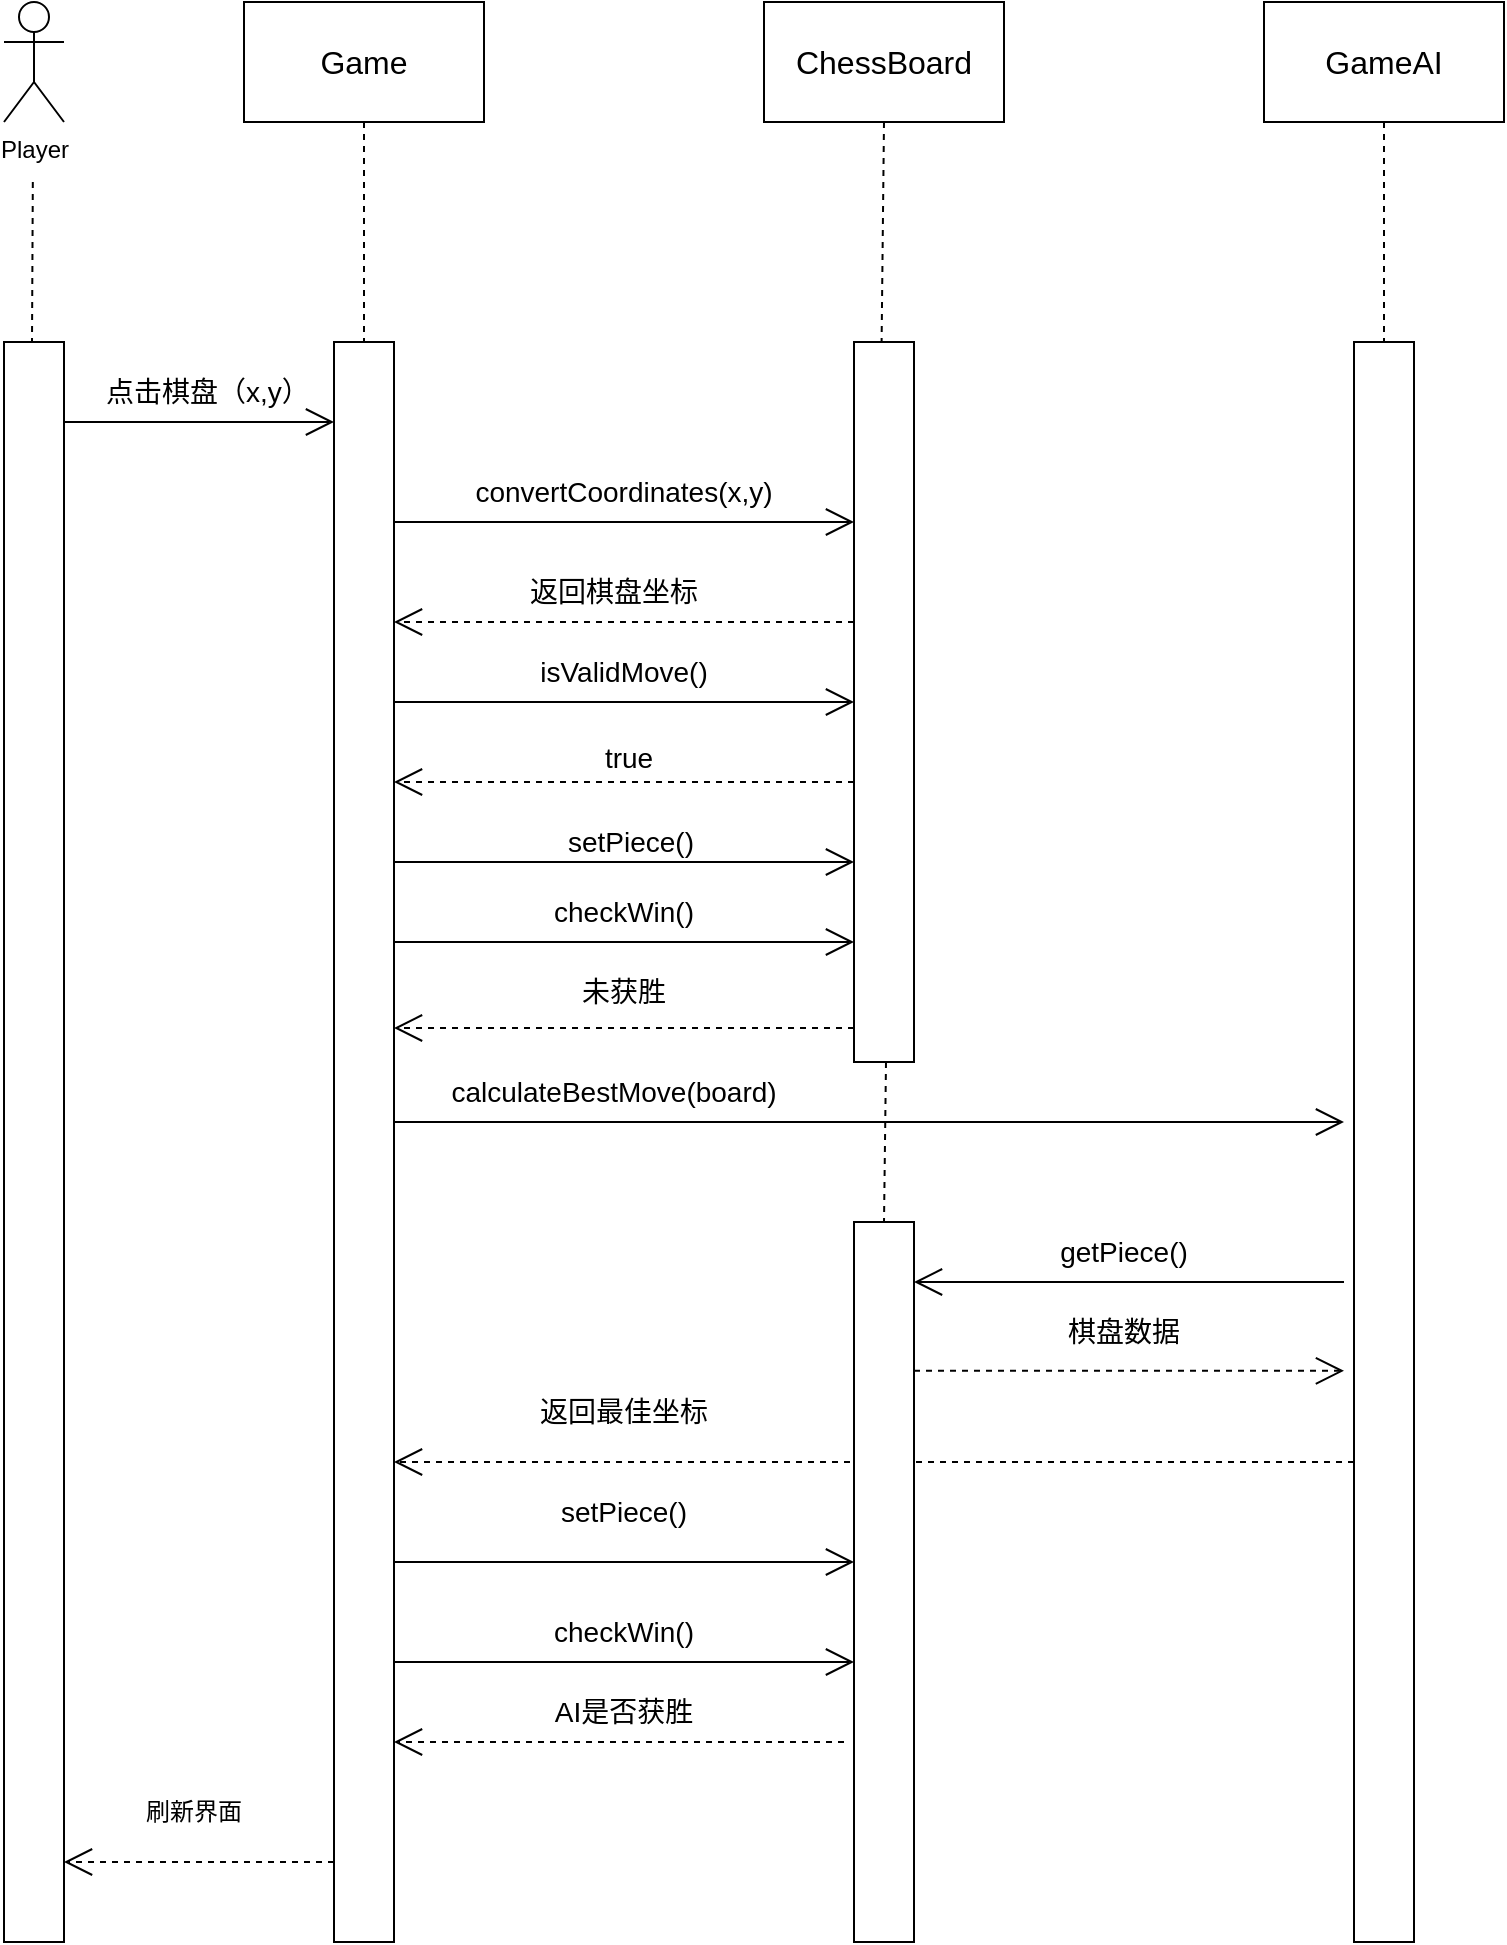
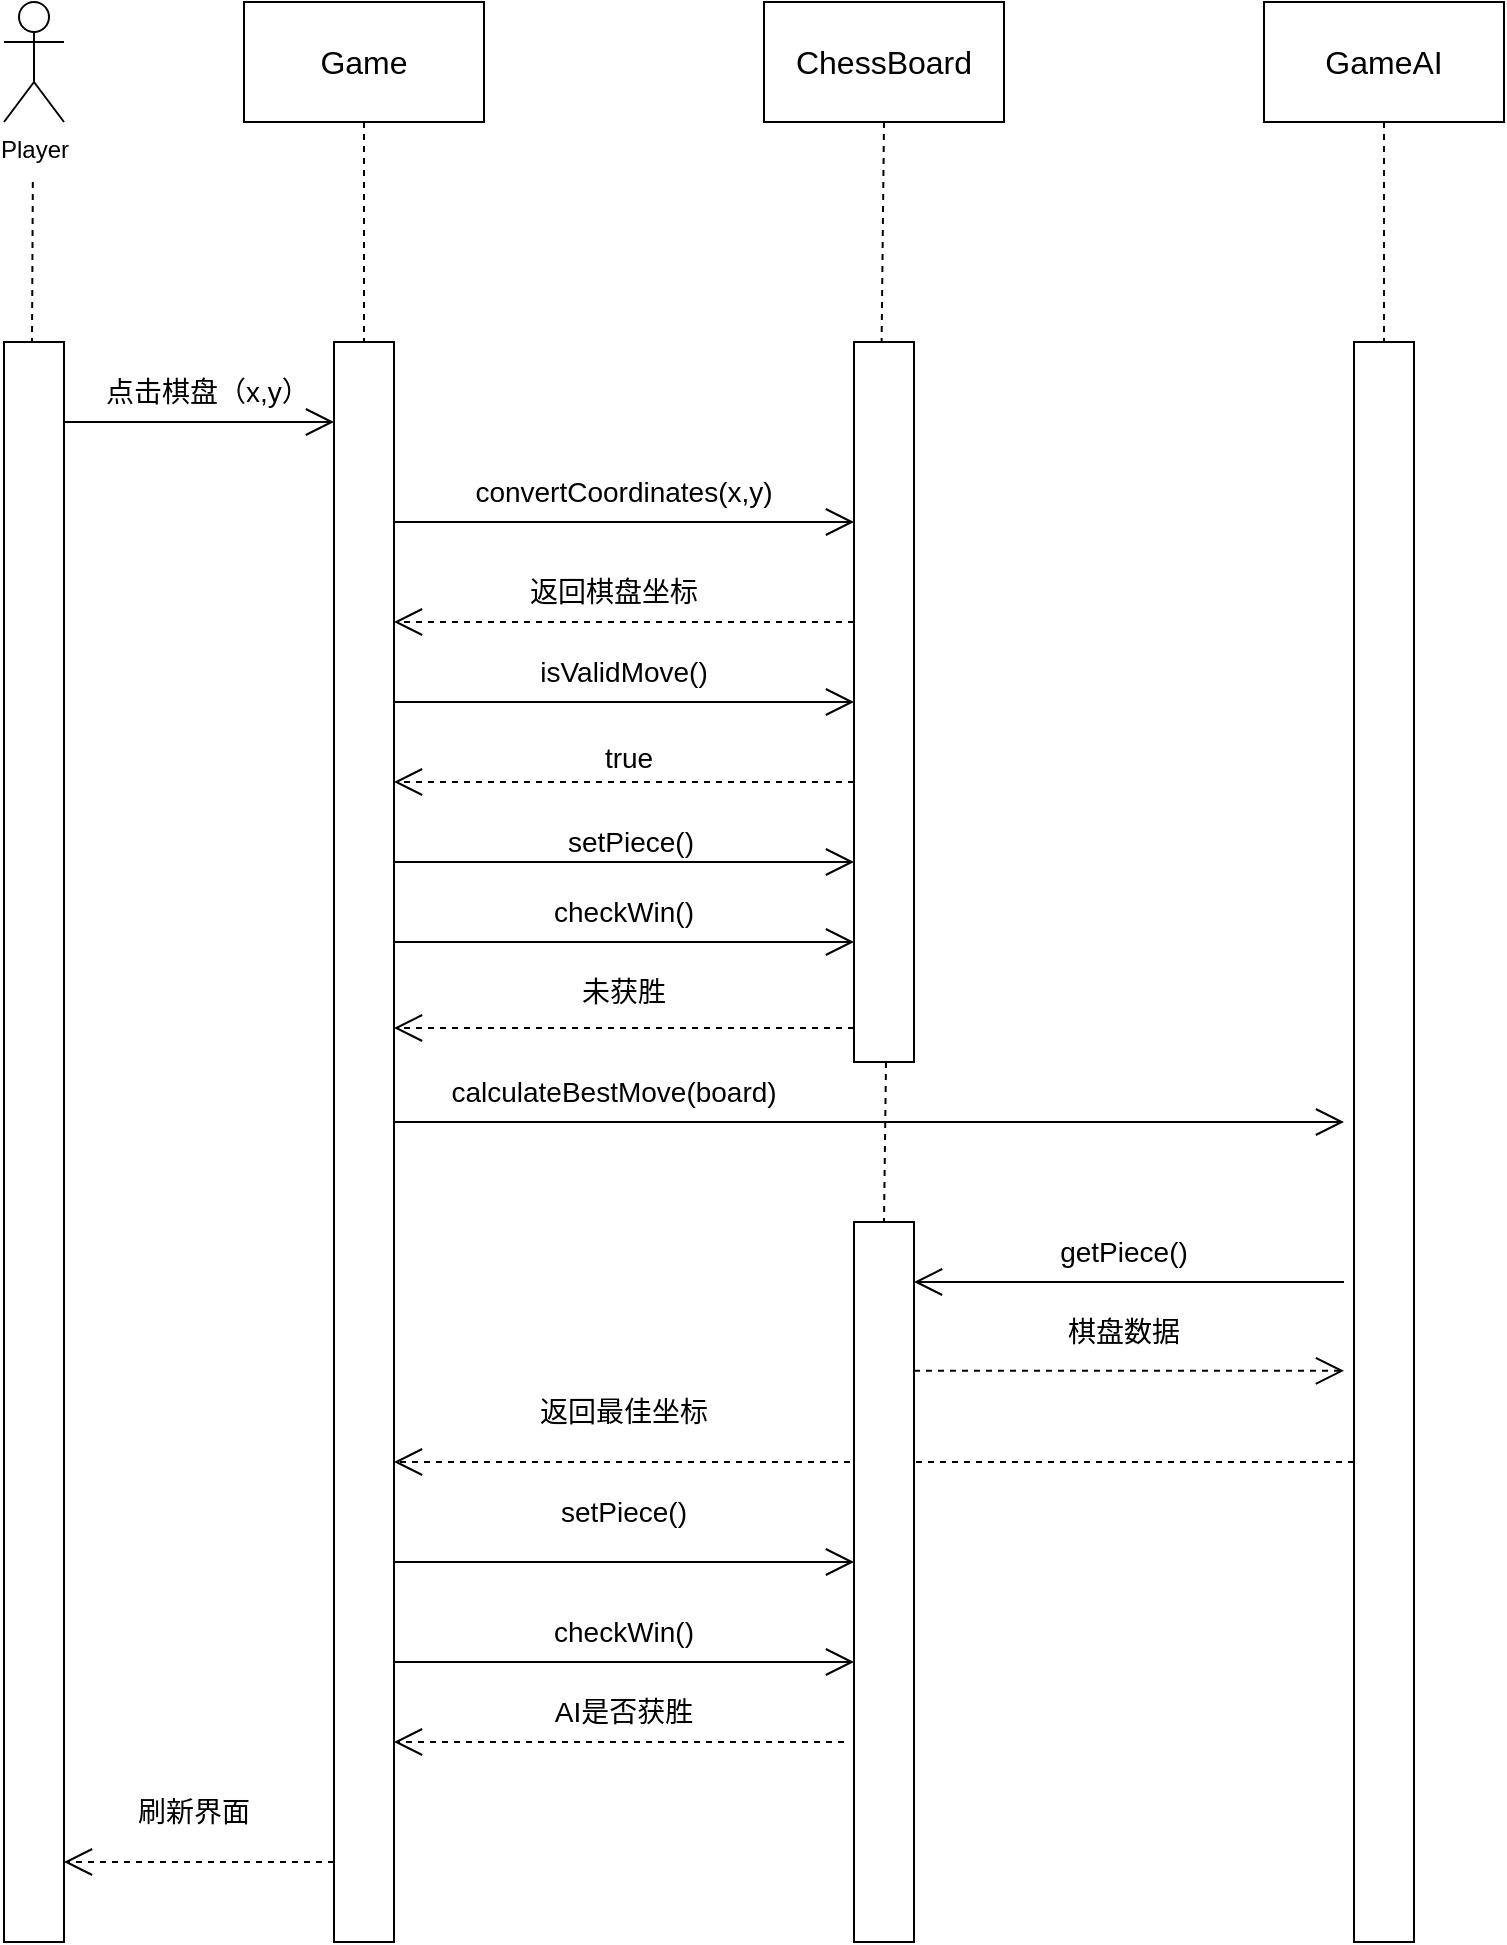
<mxfile host="app.diagrams.net">
  <diagram name="Page-1" id="kKMarLblDcrT6gQCJawM">
    <mxGraphModel dx="2000" dy="1322" grid="1" gridSize="10" guides="1" tooltips="1" connect="1" arrows="1" fold="1" page="1" pageScale="1" pageWidth="827" pageHeight="1169" math="0" shadow="0">
      <root>
        <mxCell id="0" />
        <mxCell id="1" parent="0" />
        <mxCell id="A4d9iP-lqMaDSgrmfRq9-1" parent="1" style="shape=umlActor;verticalLabelPosition=bottom;verticalAlign=top;html=1;outlineConnect=0;" value="Player" vertex="1">
          <mxGeometry height="60" width="30" x="30" y="70" as="geometry" />
        </mxCell>
        <mxCell id="EVWPpj86dA3LpDgkbvtX-5" edge="1" parent="1" source="A4d9iP-lqMaDSgrmfRq9-6" style="rounded=0;orthogonalLoop=1;jettySize=auto;html=1;exitX=0.5;exitY=1;exitDx=0;exitDy=0;dashed=1;endArrow=none;endFill=0;" target="EVWPpj86dA3LpDgkbvtX-2">
          <mxGeometry relative="1" as="geometry">
            <mxPoint x="209.58823529411768" y="280" as="targetPoint" />
          </mxGeometry>
        </mxCell>
        <mxCell id="A4d9iP-lqMaDSgrmfRq9-6" parent="1" style="rounded=0;whiteSpace=wrap;html=1;" value="&lt;font style=&quot;font-size: 16px;&quot;&gt;Game&lt;/font&gt;" vertex="1">
          <mxGeometry height="60" width="120" x="150" y="70" as="geometry" />
        </mxCell>
        <mxCell id="A4d9iP-lqMaDSgrmfRq9-7" parent="1" style="rounded=0;whiteSpace=wrap;html=1;" value="&lt;font style=&quot;font-size: 16px;&quot;&gt;ChessBoard&lt;/font&gt;" vertex="1">
          <mxGeometry height="60" width="120" x="410" y="70" as="geometry" />
        </mxCell>
        <mxCell id="EVWPpj86dA3LpDgkbvtX-8" edge="1" parent="1" source="A4d9iP-lqMaDSgrmfRq9-8" style="rounded=0;orthogonalLoop=1;jettySize=auto;html=1;exitX=0.5;exitY=1;exitDx=0;exitDy=0;dashed=1;endArrow=none;endFill=0;" target="EVWPpj86dA3LpDgkbvtX-4">
          <mxGeometry relative="1" as="geometry">
            <mxPoint x="720.1764705882354" y="230" as="targetPoint" />
          </mxGeometry>
        </mxCell>
        <mxCell id="A4d9iP-lqMaDSgrmfRq9-8" parent="1" style="rounded=0;whiteSpace=wrap;html=1;" value="&lt;font style=&quot;font-size: 16px;&quot;&gt;GameAI&lt;/font&gt;" vertex="1">
          <mxGeometry height="60" width="120" x="660" y="70" as="geometry" />
        </mxCell>
        <mxCell id="EVWPpj86dA3LpDgkbvtX-1" parent="1" style="html=1;points=[[0,0,0,0,5],[0,1,0,0,-5],[1,0,0,0,5],[1,1,0,0,-5]];perimeter=orthogonalPerimeter;outlineConnect=0;targetShapes=umlLifeline;portConstraint=eastwest;newEdgeStyle={&quot;curved&quot;:0,&quot;rounded&quot;:0};" value="" vertex="1">
          <mxGeometry height="800" width="30" x="30" y="240" as="geometry" />
        </mxCell>
        <mxCell id="EVWPpj86dA3LpDgkbvtX-2" parent="1" style="html=1;points=[[0,0,0,0,5],[0,1,0,0,-5],[1,0,0,0,5],[1,1,0,0,-5]];perimeter=orthogonalPerimeter;outlineConnect=0;targetShapes=umlLifeline;portConstraint=eastwest;newEdgeStyle={&quot;curved&quot;:0,&quot;rounded&quot;:0};" value="" vertex="1">
          <mxGeometry height="800" width="30" x="195" y="240" as="geometry" />
        </mxCell>
        <mxCell id="EVWPpj86dA3LpDgkbvtX-3" parent="1" style="html=1;points=[[0,0,0,0,5],[0,1,0,0,-5],[1,0,0,0,5],[1,1,0,0,-5]];perimeter=orthogonalPerimeter;outlineConnect=0;targetShapes=umlLifeline;portConstraint=eastwest;newEdgeStyle={&quot;curved&quot;:0,&quot;rounded&quot;:0};" value="" vertex="1">
          <mxGeometry height="360" width="30" x="455" y="240" as="geometry" />
        </mxCell>
        <mxCell id="EVWPpj86dA3LpDgkbvtX-4" parent="1" style="html=1;points=[[0,0,0,0,5],[0,1,0,0,-5],[1,0,0,0,5],[1,1,0,0,-5]];perimeter=orthogonalPerimeter;outlineConnect=0;targetShapes=umlLifeline;portConstraint=eastwest;newEdgeStyle={&quot;curved&quot;:0,&quot;rounded&quot;:0};" value="" vertex="1">
          <mxGeometry height="800" width="30" x="705" y="240" as="geometry" />
        </mxCell>
        <mxCell id="EVWPpj86dA3LpDgkbvtX-7" edge="1" parent="1" source="A4d9iP-lqMaDSgrmfRq9-7" style="rounded=0;orthogonalLoop=1;jettySize=auto;html=1;exitX=0.5;exitY=1;exitDx=0;exitDy=0;entryX=0.46;entryY=0;entryDx=0;entryDy=0;entryPerimeter=0;dashed=1;endArrow=none;endFill=0;" target="EVWPpj86dA3LpDgkbvtX-3">
          <mxGeometry relative="1" as="geometry" />
        </mxCell>
        <mxCell id="EVWPpj86dA3LpDgkbvtX-10" edge="1" parent="1" style="rounded=0;orthogonalLoop=1;jettySize=auto;html=1;exitX=0.5;exitY=1;exitDx=0;exitDy=0;dashed=1;endArrow=none;endFill=0;">
          <mxGeometry relative="1" as="geometry">
            <mxPoint x="44.41" y="160" as="sourcePoint" />
            <mxPoint x="44" y="240" as="targetPoint" />
          </mxGeometry>
        </mxCell>
        <mxCell id="EVWPpj86dA3LpDgkbvtX-11" edge="1" parent="1" style="endArrow=open;endFill=1;endSize=12;html=1;rounded=0;" target="EVWPpj86dA3LpDgkbvtX-2" value="">
          <mxGeometry relative="1" width="160" as="geometry">
            <mxPoint x="60" y="280" as="sourcePoint" />
            <mxPoint x="190" y="280" as="targetPoint" />
          </mxGeometry>
        </mxCell>
        <mxCell id="EVWPpj86dA3LpDgkbvtX-12" parent="1" style="text;html=1;whiteSpace=wrap;strokeColor=none;fillColor=none;align=center;verticalAlign=middle;rounded=0;" value="&lt;font style=&quot;font-size: 14px;&quot;&gt;点击棋盘（x,y）&lt;/font&gt;" vertex="1">
          <mxGeometry height="30" width="100" x="80" y="250" as="geometry" />
        </mxCell>
        <mxCell id="EVWPpj86dA3LpDgkbvtX-13" edge="1" parent="1" style="endArrow=open;endFill=1;endSize=12;html=1;rounded=0;" target="EVWPpj86dA3LpDgkbvtX-3" value="">
          <mxGeometry relative="1" width="160" as="geometry">
            <mxPoint x="225" y="330" as="sourcePoint" />
            <mxPoint x="355" y="330" as="targetPoint" />
          </mxGeometry>
        </mxCell>
        <mxCell id="EVWPpj86dA3LpDgkbvtX-14" parent="1" style="text;html=1;whiteSpace=wrap;strokeColor=none;fillColor=none;align=center;verticalAlign=middle;rounded=0;" value="&lt;font style=&quot;font-size: 14px;&quot;&gt;convertCoordinates(x,y)&lt;/font&gt;" vertex="1">
          <mxGeometry height="30" width="100" x="290" y="300" as="geometry" />
        </mxCell>
        <mxCell id="EVWPpj86dA3LpDgkbvtX-15" edge="1" parent="1" style="endArrow=open;endFill=1;endSize=12;html=1;rounded=0;dashed=1;" value="">
          <mxGeometry relative="1" width="160" as="geometry">
            <mxPoint x="455" y="380" as="sourcePoint" />
            <mxPoint x="225" y="380" as="targetPoint" />
          </mxGeometry>
        </mxCell>
        <mxCell id="EVWPpj86dA3LpDgkbvtX-16" parent="1" style="text;html=1;whiteSpace=wrap;strokeColor=none;fillColor=none;align=center;verticalAlign=middle;rounded=0;" value="&lt;font style=&quot;font-size: 14px;&quot;&gt;返回棋盘坐标&lt;/font&gt;" vertex="1">
          <mxGeometry height="30" width="90" x="290" y="350" as="geometry" />
        </mxCell>
        <mxCell id="EVWPpj86dA3LpDgkbvtX-18" edge="1" parent="1" style="endArrow=open;endFill=1;endSize=12;html=1;rounded=0;" value="">
          <mxGeometry relative="1" width="160" as="geometry">
            <mxPoint x="225" y="420" as="sourcePoint" />
            <mxPoint x="455" y="420" as="targetPoint" />
          </mxGeometry>
        </mxCell>
        <mxCell id="EVWPpj86dA3LpDgkbvtX-19" parent="1" style="text;html=1;whiteSpace=wrap;strokeColor=none;fillColor=none;align=center;verticalAlign=middle;rounded=0;" value="&lt;font style=&quot;font-size: 14px;&quot;&gt;isValidMove()&lt;/font&gt;" vertex="1">
          <mxGeometry height="30" width="60" x="310" y="390" as="geometry" />
        </mxCell>
        <mxCell id="EVWPpj86dA3LpDgkbvtX-20" edge="1" parent="1" style="endArrow=open;endFill=1;endSize=12;html=1;rounded=0;dashed=1;" value="">
          <mxGeometry relative="1" width="160" as="geometry">
            <mxPoint x="455" y="460" as="sourcePoint" />
            <mxPoint x="225" y="460" as="targetPoint" />
          </mxGeometry>
        </mxCell>
        <mxCell id="EVWPpj86dA3LpDgkbvtX-21" connectable="0" parent="EVWPpj86dA3LpDgkbvtX-20" style="edgeLabel;html=1;align=center;verticalAlign=middle;resizable=0;points=[];" value="&lt;font style=&quot;font-size: 14px;&quot;&gt;true&lt;/font&gt;" vertex="1">
          <mxGeometry relative="1" x="-0.0186" y="-12" as="geometry">
            <mxPoint as="offset" />
          </mxGeometry>
        </mxCell>
        <mxCell id="EVWPpj86dA3LpDgkbvtX-22" edge="1" parent="1" style="endArrow=open;endFill=1;endSize=12;html=1;rounded=0;" value="">
          <mxGeometry relative="1" width="160" as="geometry">
            <mxPoint x="225" y="500" as="sourcePoint" />
            <mxPoint x="455" y="500" as="targetPoint" />
          </mxGeometry>
        </mxCell>
        <mxCell id="EVWPpj86dA3LpDgkbvtX-23" connectable="0" parent="EVWPpj86dA3LpDgkbvtX-22" style="edgeLabel;html=1;align=center;verticalAlign=middle;resizable=0;points=[];" value="&lt;font style=&quot;font-size: 14px;&quot;&gt;setPiece()&lt;/font&gt;" vertex="1">
          <mxGeometry relative="1" x="0.0288" y="10" as="geometry">
            <mxPoint x="-1" as="offset" />
          </mxGeometry>
        </mxCell>
        <mxCell id="EVWPpj86dA3LpDgkbvtX-24" edge="1" parent="1" style="endArrow=open;endFill=1;endSize=12;html=1;rounded=0;" value="">
          <mxGeometry relative="1" width="160" as="geometry">
            <mxPoint x="225" y="540" as="sourcePoint" />
            <mxPoint x="455" y="540" as="targetPoint" />
          </mxGeometry>
        </mxCell>
        <mxCell id="EVWPpj86dA3LpDgkbvtX-25" parent="1" style="text;html=1;whiteSpace=wrap;strokeColor=none;fillColor=none;align=center;verticalAlign=middle;rounded=0;" value="&lt;font style=&quot;font-size: 14px;&quot;&gt;checkWin()&lt;/font&gt;" vertex="1">
          <mxGeometry height="30" width="60" x="310" y="510" as="geometry" />
        </mxCell>
        <mxCell id="EVWPpj86dA3LpDgkbvtX-26" edge="1" parent="1" style="endArrow=open;endFill=1;endSize=12;html=1;rounded=0;dashed=1;" value="">
          <mxGeometry relative="1" width="160" as="geometry">
            <mxPoint x="455" y="583" as="sourcePoint" />
            <mxPoint x="225" y="583" as="targetPoint" />
          </mxGeometry>
        </mxCell>
        <mxCell id="EVWPpj86dA3LpDgkbvtX-28" parent="1" style="text;html=1;whiteSpace=wrap;strokeColor=none;fillColor=none;align=center;verticalAlign=middle;rounded=0;" value="&lt;font style=&quot;font-size: 14px;&quot;&gt;未获胜&lt;/font&gt;" vertex="1">
          <mxGeometry height="30" width="60" x="310" y="550" as="geometry" />
        </mxCell>
        <mxCell id="EVWPpj86dA3LpDgkbvtX-29" edge="1" parent="1" style="rounded=0;orthogonalLoop=1;jettySize=auto;html=1;exitX=0.5;exitY=1;exitDx=0;exitDy=0;dashed=1;endArrow=none;endFill=0;">
          <mxGeometry relative="1" as="geometry">
            <mxPoint x="471" y="600" as="sourcePoint" />
            <mxPoint x="470" y="680" as="targetPoint" />
          </mxGeometry>
        </mxCell>
        <mxCell id="EVWPpj86dA3LpDgkbvtX-30" edge="1" parent="1" style="endArrow=open;endFill=1;endSize=12;html=1;rounded=0;" value="">
          <mxGeometry relative="1" width="160" as="geometry">
            <mxPoint x="225" y="630" as="sourcePoint" />
            <mxPoint x="700" y="630" as="targetPoint" />
          </mxGeometry>
        </mxCell>
        <mxCell id="EVWPpj86dA3LpDgkbvtX-32" edge="1" parent="1" style="endArrow=open;endFill=1;endSize=12;html=1;rounded=0;dashed=1;" value="">
          <mxGeometry relative="1" width="160" as="geometry">
            <mxPoint x="705" y="800" as="sourcePoint" />
            <mxPoint x="225" y="800" as="targetPoint" />
          </mxGeometry>
        </mxCell>
        <mxCell id="EVWPpj86dA3LpDgkbvtX-33" parent="1" style="text;html=1;whiteSpace=wrap;strokeColor=none;fillColor=none;align=center;verticalAlign=middle;rounded=0;" value="&lt;font style=&quot;font-size: 14px;&quot;&gt;返回最佳坐标&lt;/font&gt;" vertex="1">
          <mxGeometry height="30" width="90" x="295" y="760" as="geometry" />
        </mxCell>
        <mxCell id="EVWPpj86dA3LpDgkbvtX-34" parent="1" style="text;html=1;whiteSpace=wrap;strokeColor=none;fillColor=none;align=center;verticalAlign=middle;rounded=0;" value="&lt;font style=&quot;font-size: 14px;&quot;&gt;calculateBestMove(board)&lt;/font&gt;" vertex="1">
          <mxGeometry height="30" width="60" x="305" y="600" as="geometry" />
        </mxCell>
        <mxCell id="EVWPpj86dA3LpDgkbvtX-31" parent="1" style="html=1;points=[[0,0,0,0,5],[0,1,0,0,-5],[1,0,0,0,5],[1,1,0,0,-5]];perimeter=orthogonalPerimeter;outlineConnect=0;targetShapes=umlLifeline;portConstraint=eastwest;newEdgeStyle={&quot;curved&quot;:0,&quot;rounded&quot;:0};" value="" vertex="1">
          <mxGeometry height="360" width="30" x="455" y="680" as="geometry" />
        </mxCell>
        <mxCell id="EVWPpj86dA3LpDgkbvtX-35" edge="1" parent="1" style="endArrow=open;endFill=1;endSize=12;html=1;rounded=0;" value="">
          <mxGeometry relative="1" width="160" as="geometry">
            <mxPoint x="700" y="710" as="sourcePoint" />
            <mxPoint x="485" y="710" as="targetPoint" />
          </mxGeometry>
        </mxCell>
        <mxCell id="EVWPpj86dA3LpDgkbvtX-36" parent="1" style="text;html=1;whiteSpace=wrap;strokeColor=none;fillColor=none;align=center;verticalAlign=middle;rounded=0;" value="&lt;font style=&quot;font-size: 14px;&quot;&gt;getPiece()&lt;/font&gt;" vertex="1">
          <mxGeometry height="30" width="60" x="560" y="680" as="geometry" />
        </mxCell>
        <mxCell id="EVWPpj86dA3LpDgkbvtX-37" edge="1" parent="1" style="endArrow=open;endFill=1;endSize=12;html=1;rounded=0;dashed=1;" value="">
          <mxGeometry relative="1" width="160" as="geometry">
            <mxPoint x="485" y="754.41" as="sourcePoint" />
            <mxPoint x="700" y="754.41" as="targetPoint" />
          </mxGeometry>
        </mxCell>
        <mxCell id="EVWPpj86dA3LpDgkbvtX-38" parent="1" style="text;html=1;whiteSpace=wrap;strokeColor=none;fillColor=none;align=center;verticalAlign=middle;rounded=0;" value="&lt;font style=&quot;font-size: 14px;&quot;&gt;棋盘数据&lt;/font&gt;" vertex="1">
          <mxGeometry height="30" width="60" x="560" y="720" as="geometry" />
        </mxCell>
        <mxCell id="EVWPpj86dA3LpDgkbvtX-40" edge="1" parent="1" style="endArrow=open;endFill=1;endSize=12;html=1;rounded=0;" value="">
          <mxGeometry relative="1" width="160" as="geometry">
            <mxPoint x="225" y="850" as="sourcePoint" />
            <mxPoint x="455" y="850" as="targetPoint" />
          </mxGeometry>
        </mxCell>
        <mxCell id="EVWPpj86dA3LpDgkbvtX-41" parent="1" style="text;html=1;whiteSpace=wrap;strokeColor=none;fillColor=none;align=center;verticalAlign=middle;rounded=0;" value="&lt;font style=&quot;font-size: 14px;&quot;&gt;setPiece()&lt;/font&gt;" vertex="1">
          <mxGeometry height="30" width="60" x="310" y="810" as="geometry" />
        </mxCell>
        <mxCell id="EVWPpj86dA3LpDgkbvtX-43" edge="1" parent="1" style="endArrow=open;endFill=1;endSize=12;html=1;rounded=0;" value="">
          <mxGeometry relative="1" width="160" as="geometry">
            <mxPoint x="225" y="900" as="sourcePoint" />
            <mxPoint x="455" y="900" as="targetPoint" />
          </mxGeometry>
        </mxCell>
        <mxCell id="EVWPpj86dA3LpDgkbvtX-44" parent="1" style="text;html=1;whiteSpace=wrap;strokeColor=none;fillColor=none;align=center;verticalAlign=middle;rounded=0;" value="&lt;font style=&quot;font-size: 14px;&quot;&gt;checkWin()&lt;/font&gt;" vertex="1">
          <mxGeometry height="30" width="60" x="310" y="870" as="geometry" />
        </mxCell>
        <mxCell id="EVWPpj86dA3LpDgkbvtX-45" edge="1" parent="1" style="endArrow=open;endFill=1;endSize=12;html=1;rounded=0;dashed=1;" value="">
          <mxGeometry relative="1" width="160" as="geometry">
            <mxPoint x="450" y="940" as="sourcePoint" />
            <mxPoint x="225" y="940" as="targetPoint" />
          </mxGeometry>
        </mxCell>
        <mxCell id="EVWPpj86dA3LpDgkbvtX-46" parent="1" style="text;html=1;whiteSpace=wrap;strokeColor=none;fillColor=none;align=center;verticalAlign=middle;rounded=0;" value="&lt;font style=&quot;font-size: 14px;&quot;&gt;AI是否获胜&lt;/font&gt;" vertex="1">
          <mxGeometry height="30" width="80" x="300" y="910" as="geometry" />
        </mxCell>
        <mxCell id="EVWPpj86dA3LpDgkbvtX-47" edge="1" parent="1" source="EVWPpj86dA3LpDgkbvtX-2" style="endArrow=open;endFill=1;endSize=12;html=1;rounded=0;dashed=1;" value="">
          <mxGeometry relative="1" width="160" as="geometry">
            <mxPoint x="285" y="1000" as="sourcePoint" />
            <mxPoint x="60" y="1000" as="targetPoint" />
          </mxGeometry>
        </mxCell>
-         <mxCell id="EVWPpj86dA3LpDgkbvtX-48" parent="1" style="text;html=1;whiteSpace=wrap;strokeColor=none;fillColor=none;align=center;verticalAlign=middle;rounded=0;" value="刷新界面" vertex="1">
+         <mxCell id="EVWPpj86dA3LpDgkbvtX-48" parent="1" style="text;html=1;whiteSpace=wrap;strokeColor=none;fillColor=none;align=center;verticalAlign=middle;rounded=0;" value="&lt;font style=&quot;font-size: 14px;&quot;&gt;刷新界面&lt;/font&gt;" vertex="1">
          <mxGeometry height="30" width="60" x="95" y="960" as="geometry" />
        </mxCell>
      </root>
    </mxGraphModel>
  </diagram>
</mxfile>
